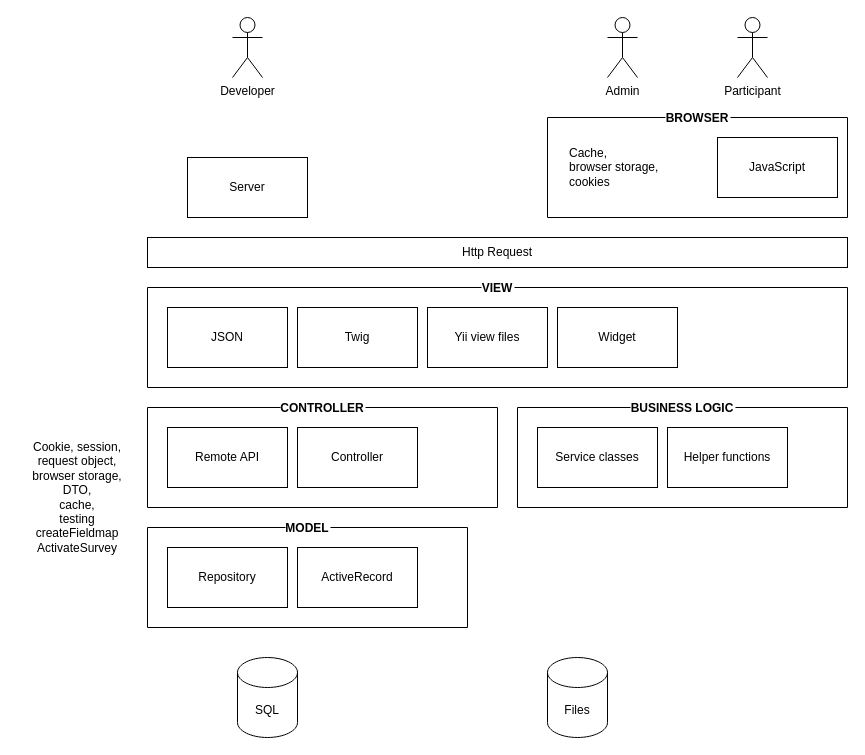
olleharstedt/diagrams.net keeps this draw.io diagram as LS Arch.drawio. Above is the earlier version. Source tidied: cells renumbered, new cells numbered last; positions are measured from the earlier drawing's top-left corner, leaving out a move shared by most shapes. Both pictures are drawn from the tidied source at 100%, with x=0, y=0 at pixel (17, 17).
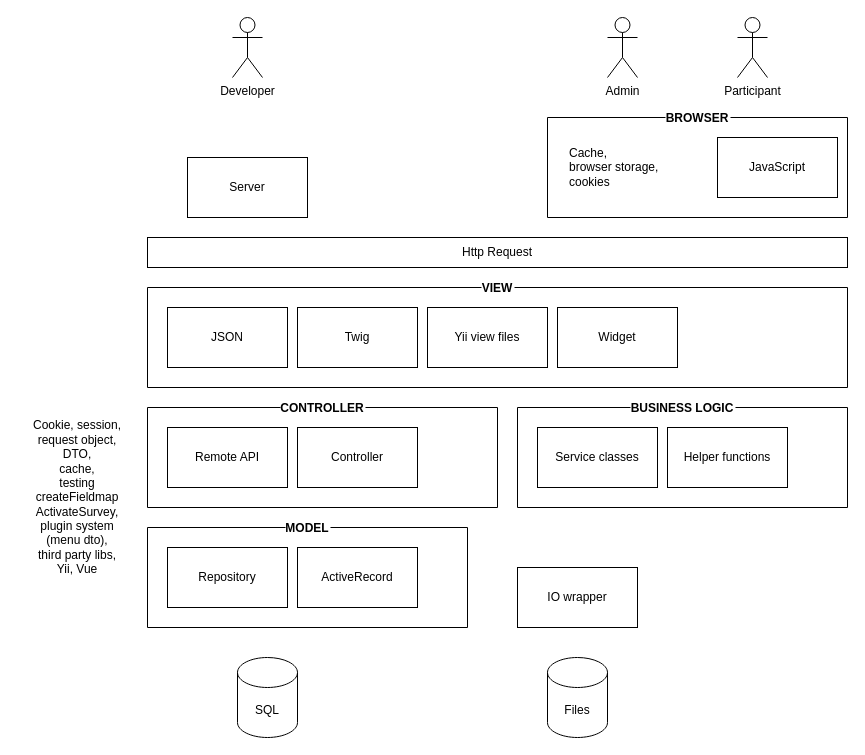
After the change.

The edit, as a diff of the source:
```diff
@@
-    <mxCell id="9" value="&lt;div&gt;Cookie, session, request object, browser storage,&lt;/div&gt;&lt;div&gt;DTO,&lt;/div&gt;&lt;div&gt;cache,&lt;/div&gt;&lt;div&gt;testing&lt;br&gt;&lt;/div&gt;&lt;div&gt;createFieldmap&lt;/div&gt;&lt;div&gt;ActivateSurvey&lt;br&gt;&lt;/div&gt;" style="text;html=1;strokeColor=none;fillColor=none;align=center;verticalAlign=middle;whiteSpace=wrap;rounded=0;" parent="1" vertex="1">
+    <mxCell id="9" value="&lt;div&gt;Cookie, session, request object,&lt;/div&gt;&lt;div&gt;DTO,&lt;/div&gt;&lt;div&gt;cache,&lt;/div&gt;&lt;div&gt;testing&lt;br&gt;&lt;/div&gt;&lt;div&gt;createFieldmap&lt;/div&gt;&lt;div&gt;ActivateSurvey,&lt;/div&gt;&lt;div&gt;plugin system&lt;/div&gt;&lt;div&gt;(menu dto),&lt;/div&gt;&lt;div&gt;third party libs,&lt;/div&gt;&lt;div&gt;Yii, Vue&lt;br&gt;&lt;/div&gt;" style="text;html=1;strokeColor=none;fillColor=none;align=center;verticalAlign=middle;whiteSpace=wrap;rounded=0;" parent="1" vertex="1">
       <mxGeometry y="470" width="120" height="20" as="geometry" />
     </mxCell>
@@
+    <mxCell id="27" value="IO wrapper" style="rounded=0;whiteSpace=wrap;html=1;" parent="1" vertex="1">
+      <mxGeometry x="500" y="550" width="120" height="60" as="geometry" />
+    </mxCell>
```
